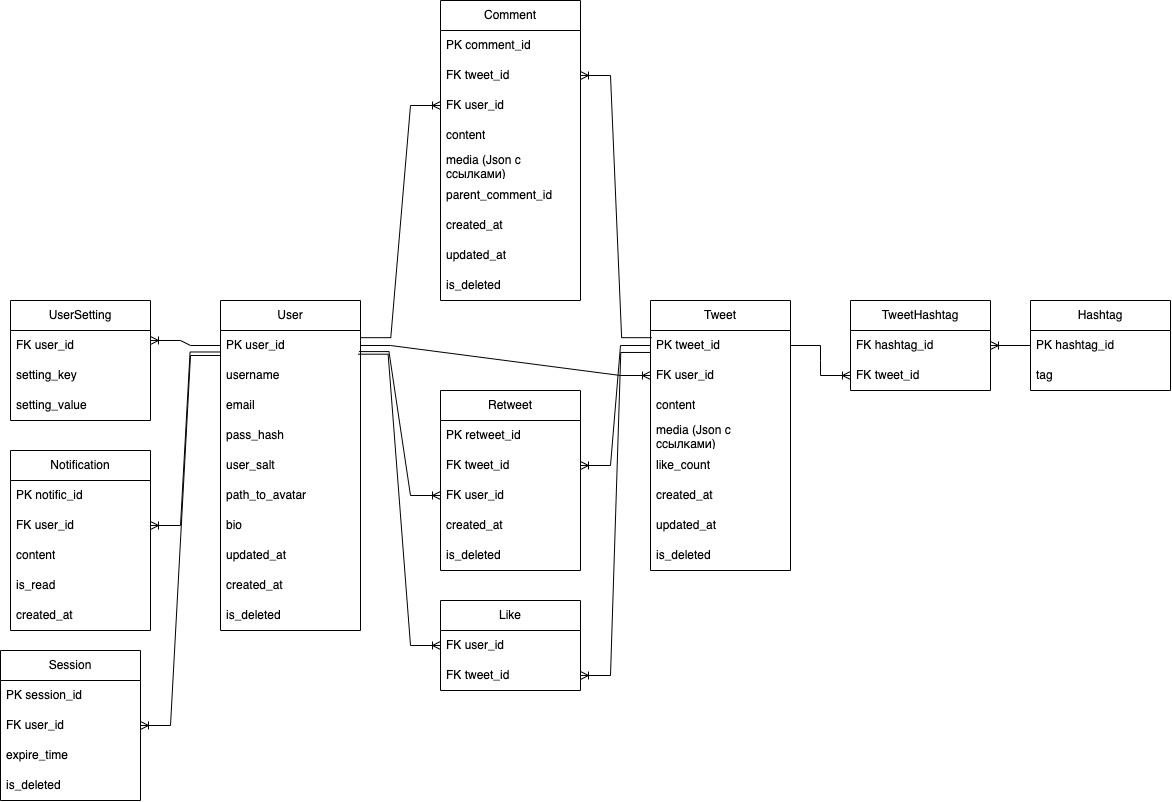
Before: БД.drawio.png, a diagram exported from draw.io (Maxorella/park-mail-ru-highload-Shagaev). Source tidied: cells renumbered, new cells last; positions are measured from the earlier drawing's top-left corner, leaving out a move shared by most shapes.
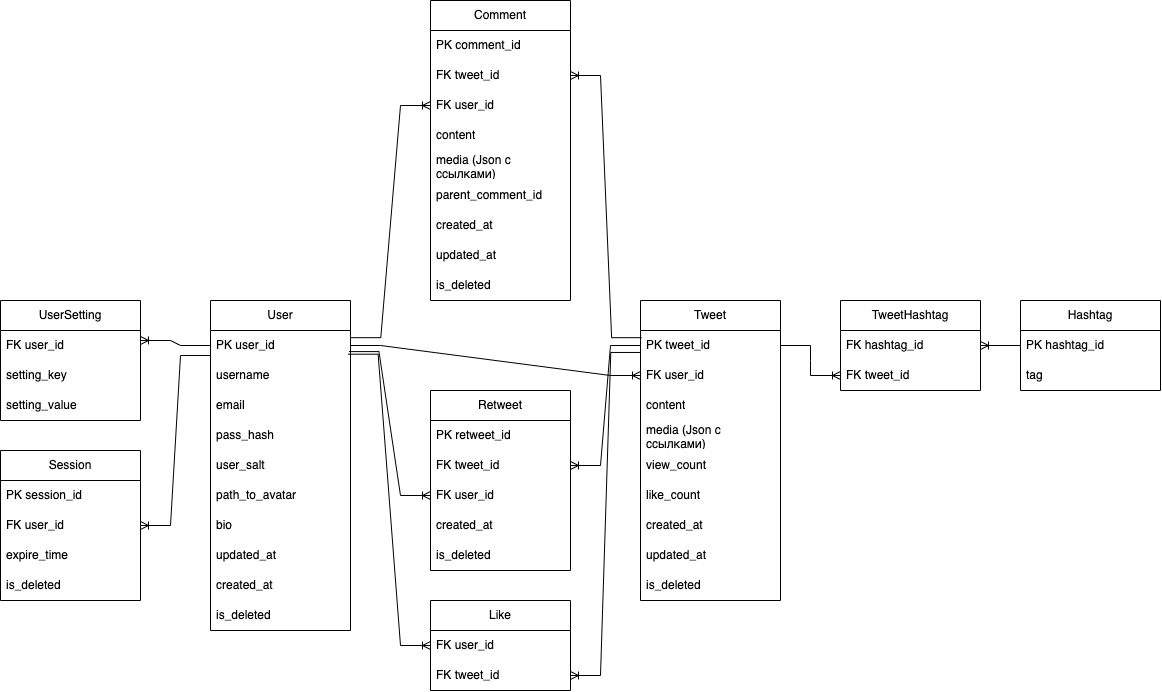
Above is the later version.

Change to the diagram source:
```diff
@@ -36,7 +36,7 @@
       <mxGeometry y="300" width="140" height="30" as="geometry" />
     </mxCell>
     <mxCell id="13" value="Tweet" style="swimlane;fontStyle=0;horizontal=1;startSize=30;whiteSpace=wrap;html=1;" parent="1" vertex="1">
-      <mxGeometry x="650" y="300" width="140" height="270" as="geometry" />
+      <mxGeometry x="650" y="300" width="140" height="300" as="geometry" />
     </mxCell>
     <mxCell id="14" value="PK tweet_id" style="text;strokeColor=none;fillColor=none;align=left;verticalAlign=middle;spacingLeft=4;spacingRight=4;overflow=hidden;points=[[0,0.5],[1,0.5]];portConstraint=eastwest;whiteSpace=wrap;html=1;" parent="13" vertex="1">
       <mxGeometry y="30" width="140" height="30" as="geometry" />
@@ -50,17 +50,20 @@
     <mxCell id="17" value="media (Json с ссылками)" style="text;strokeColor=none;fillColor=none;align=left;verticalAlign=middle;spacingLeft=4;spacingRight=4;overflow=hidden;whiteSpace=wrap;html=1;" parent="13" vertex="1">
       <mxGeometry y="120" width="140" height="30" as="geometry" />
     </mxCell>
+    <mxCell id="74" value="view_count" style="text;strokeColor=none;fillColor=none;align=left;verticalAlign=middle;spacingLeft=4;spacingRight=4;overflow=hidden;whiteSpace=wrap;html=1;" parent="13" vertex="1">
+      <mxGeometry y="150" width="140" height="30" as="geometry" />
+    </mxCell>
     <mxCell id="18" value="like_count" style="text;strokeColor=none;fillColor=none;align=left;verticalAlign=middle;spacingLeft=4;spacingRight=4;overflow=hidden;whiteSpace=wrap;html=1;" parent="13" vertex="1">
-      <mxGeometry y="150" width="140" height="30" as="geometry" />
+      <mxGeometry y="180" width="140" height="30" as="geometry" />
     </mxCell>
     <mxCell id="19" value="created_at" style="text;strokeColor=none;fillColor=none;align=left;verticalAlign=middle;spacingLeft=4;spacingRight=4;overflow=hidden;whiteSpace=wrap;html=1;" parent="13" vertex="1">
-      <mxGeometry y="180" width="140" height="30" as="geometry" />
+      <mxGeometry y="210" width="140" height="30" as="geometry" />
     </mxCell>
     <mxCell id="20" value="updated_at" style="text;strokeColor=none;fillColor=none;align=left;verticalAlign=middle;spacingLeft=4;spacingRight=4;overflow=hidden;whiteSpace=wrap;html=1;" parent="13" vertex="1">
-      <mxGeometry y="210" width="140" height="30" as="geometry" />
+      <mxGeometry y="240" width="140" height="30" as="geometry" />
     </mxCell>
     <mxCell id="21" value="is_deleted" style="text;strokeColor=none;fillColor=none;align=left;verticalAlign=middle;spacingLeft=4;spacingRight=4;overflow=hidden;whiteSpace=wrap;html=1;" parent="13" vertex="1">
-      <mxGeometry y="240" width="140" height="30" as="geometry" />
+      <mxGeometry y="270" width="140" height="30" as="geometry" />
     </mxCell>
     <mxCell id="22" value="Comment" style="swimlane;fontStyle=0;horizontal=1;startSize=30;whiteSpace=wrap;html=1;" parent="1" vertex="1">
       <mxGeometry x="440" width="140" height="300" as="geometry" />
@@ -119,24 +122,6 @@
     <mxCell id="40" value="FK tweet_id" style="text;strokeColor=none;fillColor=none;align=left;verticalAlign=middle;spacingLeft=4;spacingRight=4;overflow=hidden;points=[[0,0.5],[1,0.5]];portConstraint=eastwest;whiteSpace=wrap;html=1;" parent="38" vertex="1">
       <mxGeometry y="60" width="140" height="30" as="geometry" />
     </mxCell>
-    <mxCell id="41" value="Notification" style="swimlane;fontStyle=0;horizontal=1;startSize=30;whiteSpace=wrap;html=1;" parent="1" vertex="1">
-      <mxGeometry x="10" y="450" width="140" height="180" as="geometry" />
-    </mxCell>
-    <mxCell id="42" value="PK notific_id" style="text;strokeColor=none;fillColor=none;align=left;verticalAlign=middle;spacingLeft=4;spacingRight=4;overflow=hidden;whiteSpace=wrap;html=1;" parent="41" vertex="1">
-      <mxGeometry y="30" width="140" height="30" as="geometry" />
-    </mxCell>
-    <mxCell id="43" value="FK user_id" style="text;strokeColor=none;fillColor=none;align=left;verticalAlign=middle;spacingLeft=4;spacingRight=4;overflow=hidden;points=[[0,0.5],[1,0.5]];portConstraint=eastwest;whiteSpace=wrap;html=1;" parent="41" vertex="1">
-      <mxGeometry y="60" width="140" height="30" as="geometry" />
-    </mxCell>
-    <mxCell id="44" value="content" style="text;strokeColor=none;fillColor=none;align=left;verticalAlign=middle;spacingLeft=4;spacingRight=4;overflow=hidden;whiteSpace=wrap;html=1;" parent="41" vertex="1">
-      <mxGeometry y="90" width="140" height="30" as="geometry" />
-    </mxCell>
-    <mxCell id="45" value="is_read" style="text;strokeColor=none;fillColor=none;align=left;verticalAlign=middle;spacingLeft=4;spacingRight=4;overflow=hidden;whiteSpace=wrap;html=1;" parent="41" vertex="1">
-      <mxGeometry y="120" width="140" height="30" as="geometry" />
-    </mxCell>
-    <mxCell id="46" value="created_at" style="text;strokeColor=none;fillColor=none;align=left;verticalAlign=middle;spacingLeft=4;spacingRight=4;overflow=hidden;whiteSpace=wrap;html=1;" parent="41" vertex="1">
-      <mxGeometry y="150" width="140" height="30" as="geometry" />
-    </mxCell>
     <mxCell id="47" value="UserSetting" style="swimlane;fontStyle=0;horizontal=1;startSize=30;whiteSpace=wrap;html=1;" parent="1" vertex="1">
       <mxGeometry x="10" y="300" width="140" height="120" as="geometry" />
     </mxCell>
@@ -230,18 +215,6 @@
         </Array>
       </mxGeometry>
     </mxCell>
-    <mxCell id="62" style="edgeStyle=entityRelationEdgeStyle;fontSize=12;html=1;endArrow=ERoneToMany;rounded=0;entryX=1;entryY=0.5;entryDx=0;entryDy=0;exitX=-0.003;exitY=0.716;exitDx=0;exitDy=0;exitPerimeter=0;" parent="1" edge="1" source="3" target="43">
-      <mxGeometry relative="1" as="geometry">
-        <Array as="points">
-          <mxPoint x="810" y="425" />
-          <mxPoint x="860" y="450" />
-          <mxPoint x="240" y="190" />
-          <mxPoint x="820" y="450" />
-          <mxPoint x="450" y="480" />
-          <mxPoint x="440" y="530" />
-        </Array>
-      </mxGeometry>
-    </mxCell>
     <mxCell id="63" value="Like" style="swimlane;fontStyle=0;horizontal=1;startSize=30;whiteSpace=wrap;html=1;" parent="1" vertex="1">
       <mxGeometry x="440" y="600" width="140" height="90" as="geometry" />
     </mxCell>
@@ -273,7 +246,7 @@
       </mxGeometry>
     </mxCell>
     <mxCell id="68" value="Session" style="swimlane;fontStyle=0;horizontal=1;startSize=30;whiteSpace=wrap;html=1;" parent="1" vertex="1">
-      <mxGeometry y="650" width="140" height="150" as="geometry" />
+      <mxGeometry x="10" y="450" width="140" height="150" as="geometry" />
     </mxCell>
     <mxCell id="69" value="PK session_id" style="text;strokeColor=none;fillColor=none;align=left;verticalAlign=middle;spacingLeft=4;spacingRight=4;overflow=hidden;whiteSpace=wrap;html=1;" parent="68" vertex="1">
       <mxGeometry y="30" width="140" height="30" as="geometry" />
```
